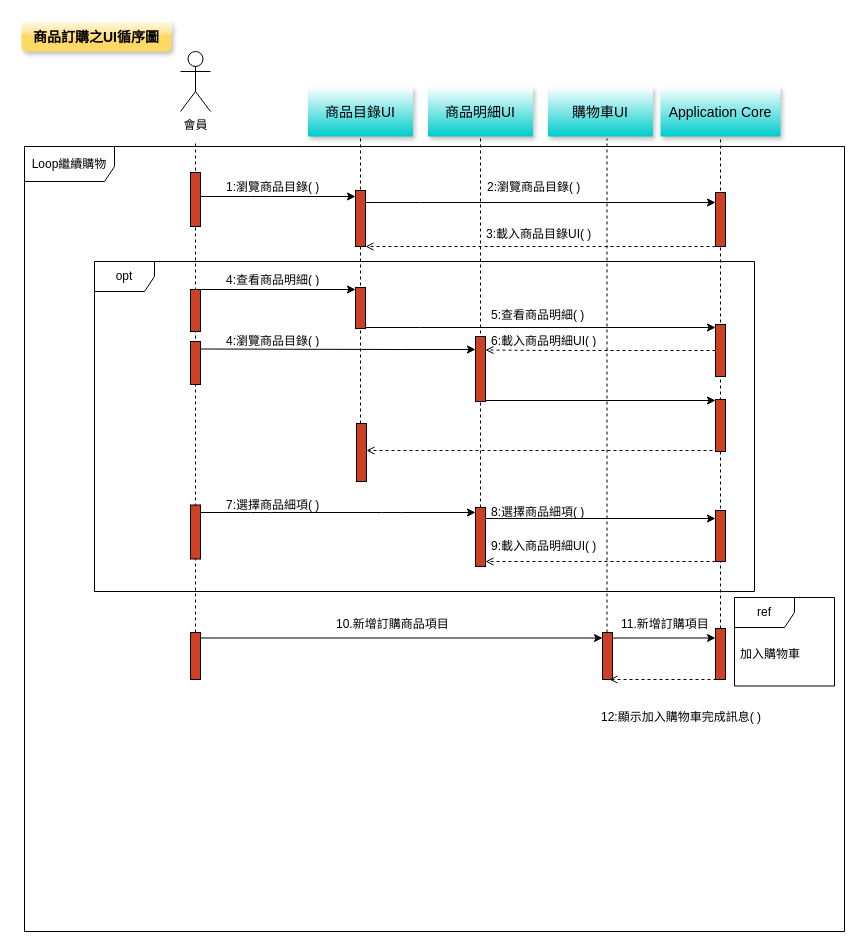
odcs0320/blog keeps this draw.io diagram as UI圖.drawio. Above is the earlier version. Source tidied: cells renumbered, new cells numbered last; positions are measured from the earlier drawing's top-left corner, leaving out a move shared by most shapes. Both pictures are drawn from the tidied source at 100%, with x=0, y=0 at pixel (21, 21).
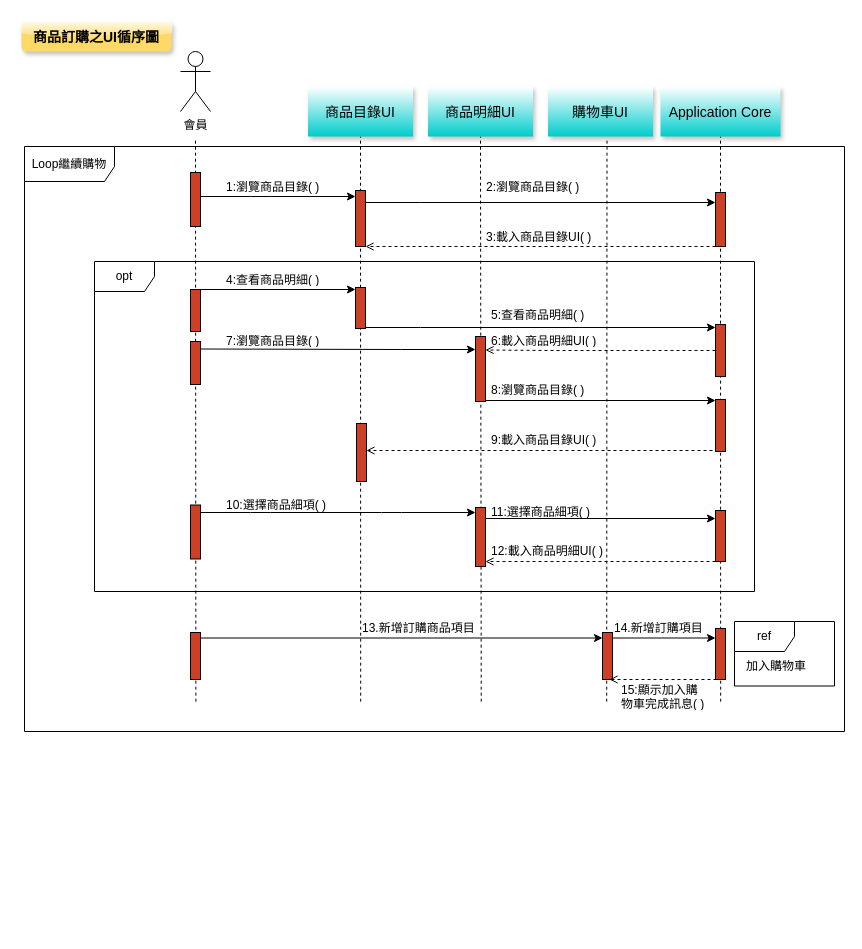
Above is the later version.

Unchanged cells that the change refers to:
```xml
<mxCell id="27" style="html=1;points=[];perimeter=orthogonalPerimeter;outlineConnect=0;targetShapes=umlLifeline;portConstraint=eastwest;newEdgeStyle={&quot;edgeStyle&quot;:&quot;elbowEdgeStyle&quot;,&quot;elbow&quot;:&quot;vertical&quot;,&quot;curved&quot;:0,&quot;rounded&quot;:0};fillColor=#CC4125;" parent="1" vertex="1">
  <mxGeometry x="169" y="611" width="10" height="47" as="geometry" />
</mxCell>
<mxCell id="35" value="商品目錄UI" style="shadow=1;fillColor=#FFFFFF;strokeColor=none;gradientColor=#00CCCC;fontSize=14;" parent="1" vertex="1">
  <mxGeometry x="286.5" y="65" width="105" height="50" as="geometry" />
</mxCell>
<mxCell id="36" value="商品明細UI" style="shadow=1;fillColor=#FFFFFF;strokeColor=none;gradientColor=#00CCCC;fontSize=14;" parent="1" vertex="1">
  <mxGeometry x="406.5" y="65" width="105" height="50" as="geometry" />
</mxCell>
<mxCell id="37" value="Application Core" style="shadow=1;fillColor=#FFFFFF;strokeColor=none;gradientColor=#00CCCC;fontSize=14;" parent="1" vertex="1">
  <mxGeometry x="639" y="65" width="120" height="50" as="geometry" />
</mxCell>
<mxCell id="42" style="html=1;points=[];perimeter=orthogonalPerimeter;outlineConnect=0;targetShapes=umlLifeline;portConstraint=eastwest;newEdgeStyle={&quot;edgeStyle&quot;:&quot;elbowEdgeStyle&quot;,&quot;elbow&quot;:&quot;vertical&quot;,&quot;curved&quot;:0,&quot;rounded&quot;:0};fillColor=#CC4125;" parent="1" vertex="1">
  <mxGeometry x="694" y="607" width="10" height="51" as="geometry" />
</mxCell>
<mxCell id="49" style="html=1;points=[];perimeter=orthogonalPerimeter;outlineConnect=0;targetShapes=umlLifeline;portConstraint=eastwest;newEdgeStyle={&quot;edgeStyle&quot;:&quot;elbowEdgeStyle&quot;,&quot;elbow&quot;:&quot;vertical&quot;,&quot;curved&quot;:0,&quot;rounded&quot;:0};fillColor=#CC4125;" parent="1" vertex="1">
  <mxGeometry x="581" y="611" width="10" height="47" as="geometry" />
</mxCell>
<mxCell id="51" style="html=1;points=[];perimeter=orthogonalPerimeter;outlineConnect=0;targetShapes=umlLifeline;portConstraint=eastwest;newEdgeStyle={&quot;edgeStyle&quot;:&quot;elbowEdgeStyle&quot;,&quot;elbow&quot;:&quot;vertical&quot;,&quot;curved&quot;:0,&quot;rounded&quot;:0};direction=west;fillColor=#CC4125;" parent="1" vertex="1">
  <mxGeometry x="454" y="486" width="10" height="59" as="geometry" />
</mxCell>
<mxCell id="58" style="html=1;points=[];perimeter=orthogonalPerimeter;outlineConnect=0;targetShapes=umlLifeline;portConstraint=eastwest;newEdgeStyle={&quot;edgeStyle&quot;:&quot;elbowEdgeStyle&quot;,&quot;elbow&quot;:&quot;vertical&quot;,&quot;curved&quot;:0,&quot;rounded&quot;:0};direction=west;fillColor=#CC4125;" parent="1" vertex="1">
  <mxGeometry x="335" y="402" width="10" height="58" as="geometry" />
</mxCell>
```

What changed in the source:
```diff
@@
-    <mxCell id="2" style="html=1;verticalAlign=bottom;startArrow=none;endArrow=none;dashed=1;rounded=0;" parent="1" edge="1" source="27">
+    <mxCell id="2" style="html=1;verticalAlign=bottom;startArrow=none;endArrow=none;dashed=1;rounded=0;exitX=0.209;exitY=0.949;exitDx=0;exitDy=0;exitPerimeter=0;" parent="1" edge="1" source="34">
       <mxGeometry relative="1" as="geometry">
         <mxPoint x="174" y="119" as="targetPoint" />
       </mxGeometry>
     </mxCell>
-    <mxCell id="3" style="html=1;verticalAlign=bottom;startArrow=none;endArrow=none;dashed=1;rounded=0;entryX=0.5;entryY=1;entryDx=0;entryDy=0;" parent="1" edge="1" source="51" target="36">
+    <mxCell id="3" style="html=1;verticalAlign=bottom;startArrow=none;endArrow=none;dashed=1;rounded=0;entryX=0.5;entryY=1;entryDx=0;entryDy=0;exitX=0.557;exitY=0.949;exitDx=0;exitDy=0;exitPerimeter=0;" parent="1" edge="1" source="34" target="36">
       <mxGeometry relative="1" as="geometry" />
     </mxCell>
-    <mxCell id="4" style="html=1;verticalAlign=bottom;startArrow=none;endArrow=none;dashed=1;rounded=0;entryX=0.5;entryY=1;entryDx=0;entryDy=0;" parent="1" edge="1" source="58" target="35">
+    <mxCell id="4" style="html=1;verticalAlign=bottom;startArrow=none;endArrow=none;dashed=1;rounded=0;entryX=0.5;entryY=1;entryDx=0;entryDy=0;exitX=0.41;exitY=0.949;exitDx=0;exitDy=0;exitPerimeter=0;" parent="1" edge="1" source="34" target="35">
       <mxGeometry relative="1" as="geometry" />
     </mxCell>
-    <mxCell id="5" style="html=1;verticalAlign=bottom;startArrow=none;endArrow=none;dashed=1;rounded=0;entryX=0.5;entryY=1;entryDx=0;entryDy=0;" parent="1" edge="1" source="49">
+    <mxCell id="5" style="html=1;verticalAlign=bottom;startArrow=none;endArrow=none;dashed=1;rounded=0;entryX=0.5;entryY=1;entryDx=0;entryDy=0;exitX=0.71;exitY=0.949;exitDx=0;exitDy=0;exitPerimeter=0;" parent="1" edge="1" source="34">
       <mxGeometry relative="1" as="geometry">
         <mxPoint x="585.5" y="117" as="targetPoint" />
       </mxGeometry>
     </mxCell>
-    <mxCell id="6" style="html=1;verticalAlign=bottom;startArrow=none;endArrow=none;dashed=1;rounded=0;entryX=0.5;entryY=1;entryDx=0;entryDy=0;" parent="1" edge="1" source="42" target="37">
+    <mxCell id="6" style="html=1;verticalAlign=bottom;startArrow=none;endArrow=none;dashed=1;rounded=0;entryX=0.5;entryY=1;entryDx=0;entryDy=0;exitX=0.849;exitY=0.949;exitDx=0;exitDy=0;exitPerimeter=0;" parent="1" edge="1" source="34" target="37">
       <mxGeometry relative="1" as="geometry" />
     </mxCell>
@@
     <mxCell id="10" value="2:瀏覽商品目錄( )" style="text;strokeColor=none;fillColor=none;align=left;verticalAlign=middle;spacingLeft=4;spacingRight=4;overflow=hidden;whiteSpace=wrap;html=1;" parent="1" vertex="1">
-      <mxGeometry x="460" y="151" width="110" height="30" as="geometry" />
+      <mxGeometry x="459" y="156.5" width="110" height="19" as="geometry" />
     </mxCell>
@@
     <mxCell id="16" value="3:載入商品目錄UI( )" style="text;strokeColor=none;fillColor=none;align=left;verticalAlign=middle;spacingLeft=4;spacingRight=4;overflow=hidden;whiteSpace=wrap;html=1;" parent="1" vertex="1">
-      <mxGeometry x="459" y="198" width="120" height="30" as="geometry" />
+      <mxGeometry x="459" y="205" width="120" height="22" as="geometry" />
     </mxCell>
@@
-    <mxCell id="31" value="10.新增訂購商品項目" style="text;strokeColor=none;fillColor=none;align=left;verticalAlign=middle;spacingLeft=4;spacingRight=4;overflow=hidden;whiteSpace=wrap;html=1;" parent="1" vertex="1">
-      <mxGeometry x="309" y="587.5" width="124" height="30" as="geometry" />
+    <mxCell id="31" value="13.新增訂購商品項目" style="text;strokeColor=none;fillColor=none;align=left;verticalAlign=middle;spacingLeft=4;spacingRight=4;overflow=hidden;whiteSpace=wrap;html=1;" parent="1" vertex="1">
+      <mxGeometry x="335" y="596" width="124" height="22.5" as="geometry" />
     </mxCell>
-    <mxCell id="32" value="8:選擇商品細項( )" style="text;strokeColor=none;fillColor=none;align=left;verticalAlign=middle;spacingLeft=4;spacingRight=4;overflow=hidden;whiteSpace=wrap;html=1;" parent="1" vertex="1">
+    <mxCell id="32" value="11:選擇商品細項( )" style="text;strokeColor=none;fillColor=none;align=left;verticalAlign=middle;spacingLeft=4;spacingRight=4;overflow=hidden;whiteSpace=wrap;html=1;" parent="1" vertex="1">
       <mxGeometry x="464" y="476" width="180" height="30" as="geometry" />
     </mxCell>
@@
     <mxCell id="34" value="Loop繼續購物" style="shape=umlFrame;whiteSpace=wrap;html=1;width=90;height=35;" parent="1" vertex="1">
-      <mxGeometry x="3" y="125" width="820" height="785" as="geometry" />
+      <mxGeometry x="3" y="125" width="820" height="585" as="geometry" />
     </mxCell>
@@
-    <mxCell id="39" value="9:載入商品明細UI( )" style="text;strokeColor=none;fillColor=none;align=left;verticalAlign=middle;spacingLeft=4;spacingRight=4;overflow=hidden;whiteSpace=wrap;html=1;" parent="1" vertex="1">
-      <mxGeometry x="464" y="510" width="170" height="30" as="geometry" />
+    <mxCell id="39" value="12:載入商品明細UI( )" style="text;strokeColor=none;fillColor=none;align=left;verticalAlign=middle;spacingLeft=4;spacingRight=4;overflow=hidden;whiteSpace=wrap;html=1;" parent="1" vertex="1">
+      <mxGeometry x="464" y="520" width="170" height="20" as="geometry" />
     </mxCell>
@@
-    <mxCell id="41" value="7:選擇商品細項( )" style="text;strokeColor=none;fillColor=none;align=left;verticalAlign=middle;spacingLeft=4;spacingRight=4;overflow=hidden;whiteSpace=wrap;html=1;" parent="1" vertex="1">
+    <mxCell id="41" value="10:選擇商品細項( )" style="text;strokeColor=none;fillColor=none;align=left;verticalAlign=middle;spacingLeft=4;spacingRight=4;overflow=hidden;whiteSpace=wrap;html=1;" parent="1" vertex="1">
       <mxGeometry x="199" y="473" width="110" height="21" as="geometry" />
     </mxCell>
@@
-    <mxCell id="44" value="11.新增訂購項目" style="text;strokeColor=none;fillColor=none;align=left;verticalAlign=middle;spacingLeft=4;spacingRight=4;overflow=hidden;whiteSpace=wrap;html=1;" parent="1" vertex="1">
-      <mxGeometry x="594" y="587.5" width="110" height="30" as="geometry" />
+    <mxCell id="44" value="14.新增訂購項目" style="text;strokeColor=none;fillColor=none;align=left;verticalAlign=middle;spacingLeft=4;spacingRight=4;overflow=hidden;whiteSpace=wrap;html=1;" parent="1" vertex="1">
+      <mxGeometry x="586.8" y="594.5" width="110" height="24" as="geometry" />
     </mxCell>
-    <mxCell id="45" value="12:顯示加入購物車完成訊息( )" style="text;strokeColor=none;fillColor=none;align=left;verticalAlign=middle;spacingLeft=4;spacingRight=4;overflow=hidden;whiteSpace=wrap;html=1;" parent="1" vertex="1">
-      <mxGeometry x="574" y="681" width="171.5" height="30" as="geometry" />
+    <mxCell id="45" value="15:顯示加入購物車完成訊息( )" style="text;strokeColor=none;fillColor=none;align=left;verticalAlign=middle;spacingLeft=4;spacingRight=4;overflow=hidden;whiteSpace=wrap;html=1;" parent="1" vertex="1">
+      <mxGeometry x="593.8" y="659.5" width="96" height="30.5" as="geometry" />
     </mxCell>
     <mxCell id="46" value="ref" style="shape=umlFrame;whiteSpace=wrap;html=1;" parent="1" vertex="1">
-      <mxGeometry x="713" y="576" width="100" height="88.5" as="geometry" />
+      <mxGeometry x="713" y="600" width="100" height="64.5" as="geometry" />
     </mxCell>
     <mxCell id="47" value="加入購物車" style="text;strokeColor=none;fillColor=none;align=left;verticalAlign=middle;spacingLeft=4;spacingRight=4;overflow=hidden;whiteSpace=wrap;html=1;" parent="1" vertex="1">
-      <mxGeometry x="713" y="617.5" width="70" height="30" as="geometry" />
+      <mxGeometry x="719" y="629.5" width="70" height="30" as="geometry" />
     </mxCell>
@@
-    <mxCell id="59" value="4:瀏覽商品目錄( )" style="text;strokeColor=none;fillColor=none;align=left;verticalAlign=middle;spacingLeft=4;spacingRight=4;overflow=hidden;whiteSpace=wrap;html=1;" parent="1" vertex="1">
+    <mxCell id="59" value="7:瀏覽商品目錄( )" style="text;strokeColor=none;fillColor=none;align=left;verticalAlign=middle;spacingLeft=4;spacingRight=4;overflow=hidden;whiteSpace=wrap;html=1;" parent="1" vertex="1">
       <mxGeometry x="199" y="310" width="110" height="17" as="geometry" />
     </mxCell>
@@
+    <mxCell id="61" value="8:瀏覽商品目錄( )" style="text;strokeColor=none;fillColor=none;align=left;verticalAlign=middle;spacingLeft=4;spacingRight=4;overflow=hidden;whiteSpace=wrap;html=1;" parent="1" vertex="1">
+      <mxGeometry x="464" y="359" width="110" height="19" as="geometry" />
+    </mxCell>
+    <mxCell id="62" value="9:載入商品目錄UI( )" style="text;strokeColor=none;fillColor=none;align=left;verticalAlign=middle;spacingLeft=4;spacingRight=4;overflow=hidden;whiteSpace=wrap;html=1;" parent="1" vertex="1">
+      <mxGeometry x="464" y="408" width="120" height="22" as="geometry" />
+    </mxCell>
```
